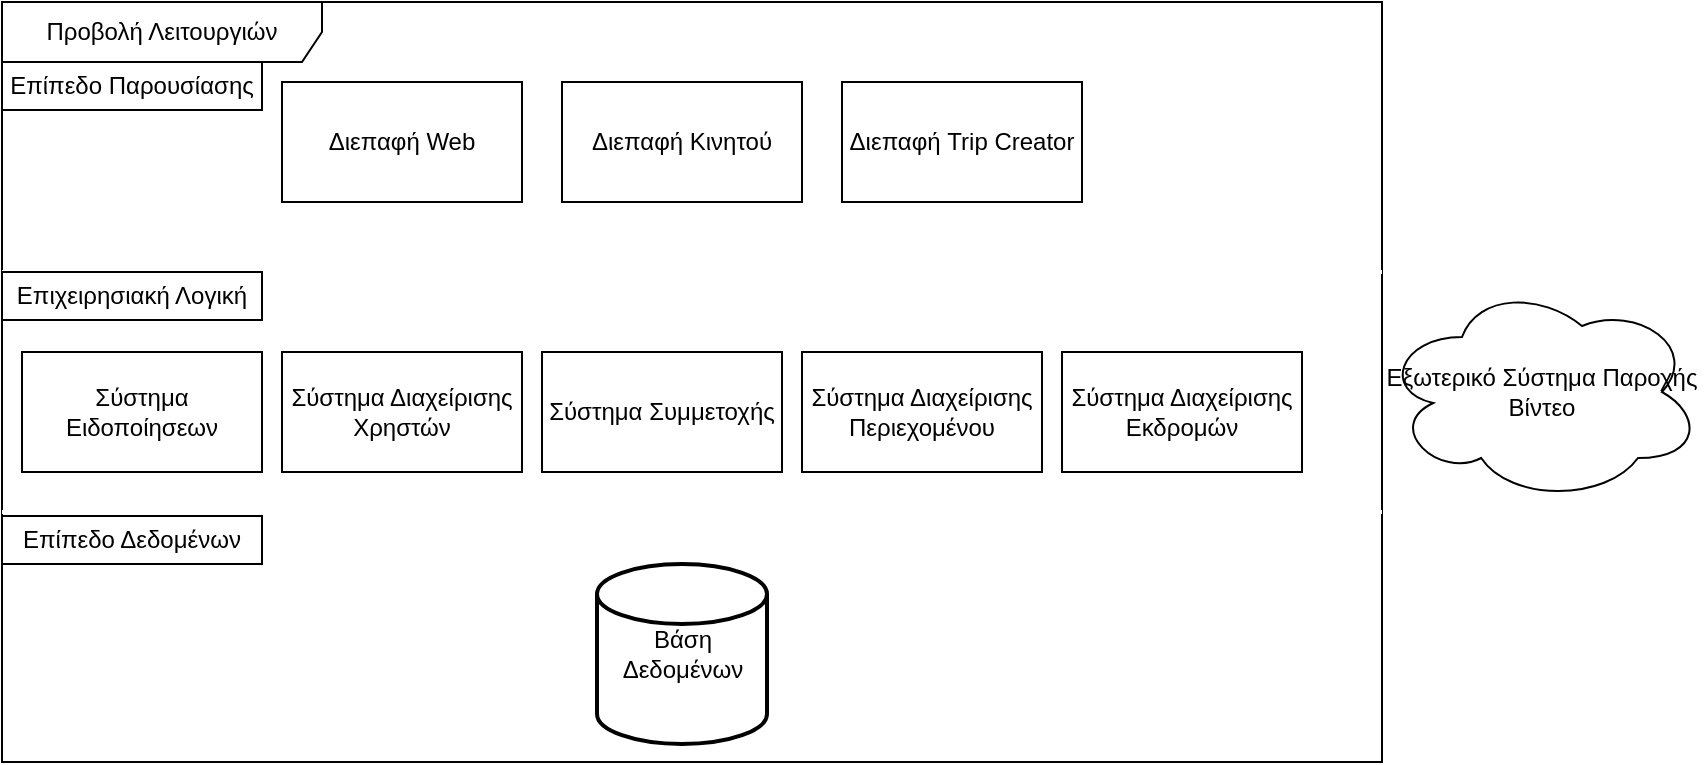
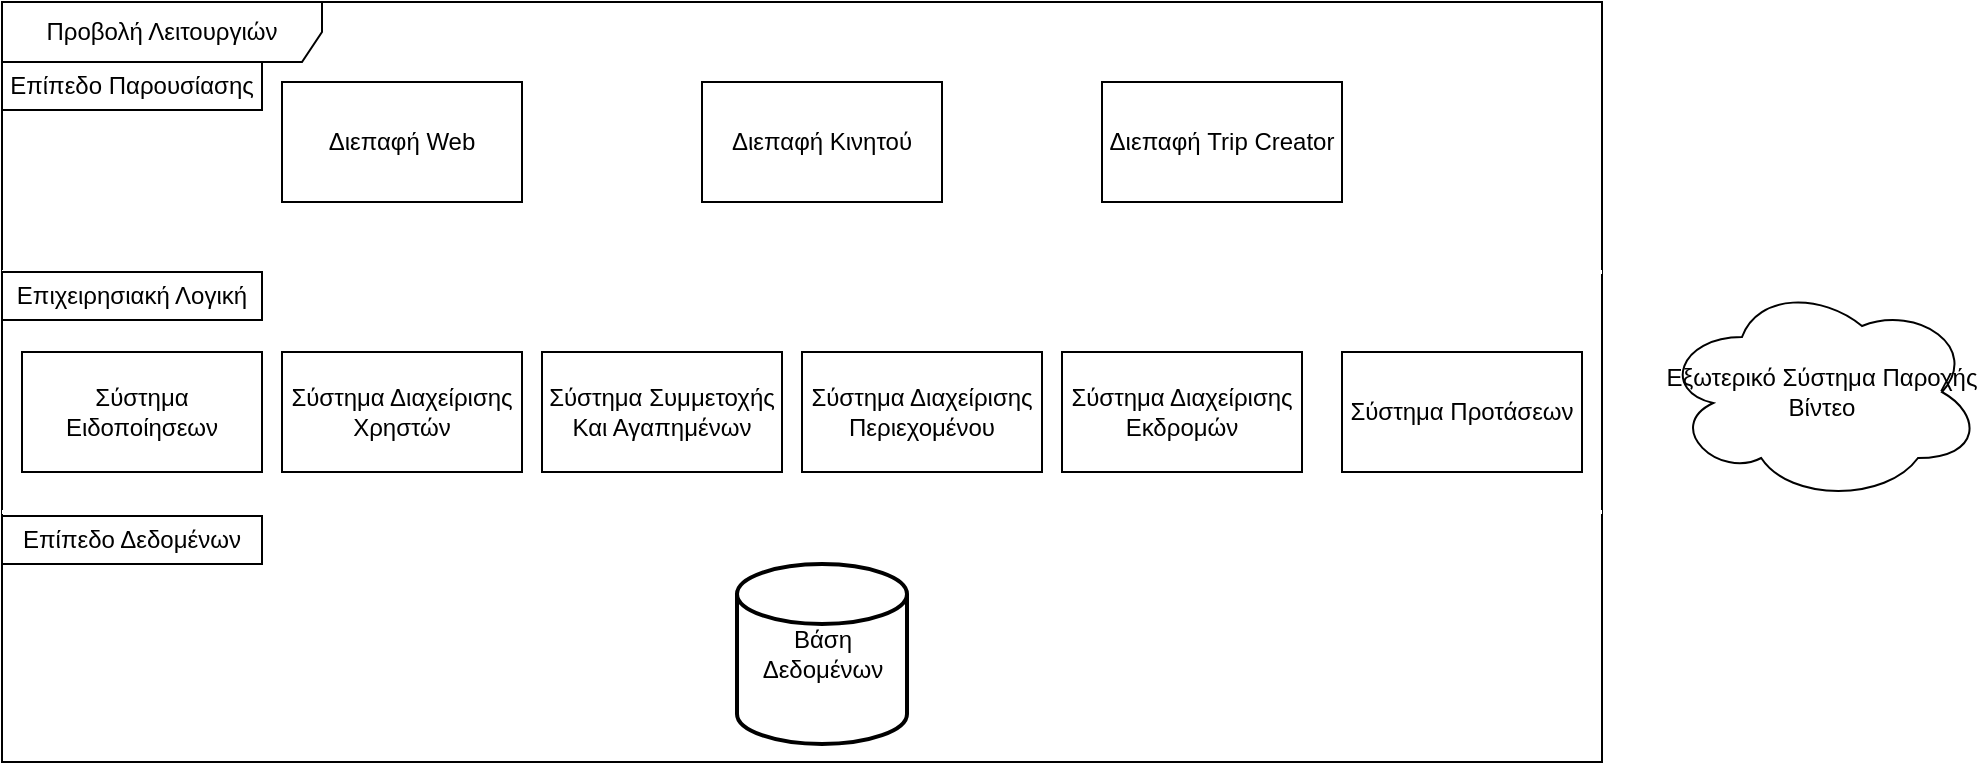
<mxfile host="Electron">
  <diagram name="Page-1" id="LWVoEHIgdcVyGuXH9VBG">
-     <mxGraphModel dx="1063" dy="780" grid="1" gridSize="10" guides="1" tooltips="1" connect="1" arrows="1" fold="1" page="1" pageScale="1" pageWidth="2336" pageHeight="1654" math="0" shadow="0">
+     <mxGraphModel dx="1276" dy="936" grid="1" gridSize="10" guides="1" tooltips="1" connect="1" arrows="1" fold="1" page="1" pageScale="1" pageWidth="2336" pageHeight="1654" math="0" shadow="0">
      <root>
        <mxCell id="0" />
        <mxCell id="1" parent="0" />
        <mxCell id="cU49adkIA0k8HB_ilmj_-1" parent="1" style="shape=umlFrame;whiteSpace=wrap;html=1;pointerEvents=0;recursiveResize=0;container=1;collapsible=0;width=160;" value="Προβολή Λειτουργιών" vertex="1">
-           <mxGeometry height="380" width="690" x="350" y="280" as="geometry" />
+           <mxGeometry height="380" width="800" x="350" y="280" as="geometry" />
        </mxCell>
        <mxCell id="cU49adkIA0k8HB_ilmj_-5" parent="cU49adkIA0k8HB_ilmj_-1" style="rounded=0;whiteSpace=wrap;html=1;" value="Σύστημα Διαχείρισης Χρηστών" vertex="1">
          <mxGeometry height="60" width="120" x="140" y="175" as="geometry" />
        </mxCell>
        <mxCell id="cU49adkIA0k8HB_ilmj_-7" parent="cU49adkIA0k8HB_ilmj_-1" style="rounded=0;whiteSpace=wrap;html=1;" value="Σύστημα Ειδοποίησεων" vertex="1">
          <mxGeometry height="60" width="120" x="10" y="175" as="geometry" />
        </mxCell>
-         <mxCell id="cU49adkIA0k8HB_ilmj_-8" parent="cU49adkIA0k8HB_ilmj_-1" style="rounded=0;whiteSpace=wrap;html=1;" value="Σύστημα Συμμετοχής" vertex="1">
+         <mxCell id="cU49adkIA0k8HB_ilmj_-8" parent="cU49adkIA0k8HB_ilmj_-1" style="rounded=0;whiteSpace=wrap;html=1;" value="Σύστημα Συμμετοχής Και Αγαπημένων" vertex="1">
          <mxGeometry height="60" width="120" x="270" y="175" as="geometry" />
        </mxCell>
        <mxCell id="cU49adkIA0k8HB_ilmj_-11" parent="cU49adkIA0k8HB_ilmj_-1" style="whiteSpace=wrap;html=1;" value="Σύστημα Διαχείρισης Περιεχομένου" vertex="1">
          <mxGeometry height="60" width="120" x="400" y="175" as="geometry" />
        </mxCell>
        <mxCell id="cU49adkIA0k8HB_ilmj_-12" parent="cU49adkIA0k8HB_ilmj_-1" style="line;strokeWidth=2;html=1;fontColor=#FF0000;labelBackgroundColor=#FF0000;strokeColor=#FFFFFF;" value="" vertex="1">
-           <mxGeometry height="10" width="690" y="130" as="geometry" />
+           <mxGeometry height="10" width="800" y="130" as="geometry" />
        </mxCell>
        <mxCell id="cU49adkIA0k8HB_ilmj_-13" parent="cU49adkIA0k8HB_ilmj_-1" style="line;strokeWidth=2;html=1;strokeColor=#FFFFFF;" value="" vertex="1">
-           <mxGeometry height="10" width="690" y="250" as="geometry" />
+           <mxGeometry height="10" width="800" y="250" as="geometry" />
        </mxCell>
        <mxCell id="cU49adkIA0k8HB_ilmj_-14" parent="cU49adkIA0k8HB_ilmj_-1" style="rounded=0;whiteSpace=wrap;html=1;" value="Επιχειρησιακή Λογική" vertex="1">
          <mxGeometry height="24" width="130" y="135" as="geometry" />
        </mxCell>
        <mxCell id="cU49adkIA0k8HB_ilmj_-15" parent="cU49adkIA0k8HB_ilmj_-1" style="rounded=0;whiteSpace=wrap;html=1;" value="Επίπεδο Παρουσίασης" vertex="1">
          <mxGeometry height="24" width="130" y="30" as="geometry" />
        </mxCell>
        <mxCell id="cU49adkIA0k8HB_ilmj_-18" parent="cU49adkIA0k8HB_ilmj_-1" style="strokeWidth=2;html=1;shape=mxgraph.flowchart.database;whiteSpace=wrap;" value="Βάση Δεδομένων" vertex="1">
-           <mxGeometry height="90" width="85" x="297.5" y="281" as="geometry" />
+           <mxGeometry height="90" width="85" x="367.5" y="281" as="geometry" />
        </mxCell>
        <object label="Διεπαφή Web" Description="Περιλαμβάνει τις λειτουργίες Login, Προβολή Εκδηλώσεων, Συμμετοχή." id="cU49adkIA0k8HB_ilmj_-19">
          <mxCell parent="cU49adkIA0k8HB_ilmj_-1" style="whiteSpace=wrap;html=1;" vertex="1">
            <mxGeometry height="60" width="120" x="140" y="40" as="geometry" />
          </mxCell>
        </object>
        <mxCell id="cU49adkIA0k8HB_ilmj_-21" parent="cU49adkIA0k8HB_ilmj_-1" style="whiteSpace=wrap;html=1;" value="Διεπαφή Κινητού" vertex="1">
-           <mxGeometry height="60" width="120" x="280" y="40" as="geometry" />
+           <mxGeometry height="60" width="120" x="350" y="40" as="geometry" />
        </mxCell>
        <mxCell id="cU49adkIA0k8HB_ilmj_-22" parent="cU49adkIA0k8HB_ilmj_-1" style="whiteSpace=wrap;html=1;" value="Διεπαφή Trip Creator" vertex="1">
-           <mxGeometry height="60" width="120" x="420" y="40" as="geometry" />
+           <mxGeometry height="60" width="120" x="550" y="40" as="geometry" />
        </mxCell>
        <mxCell id="cU49adkIA0k8HB_ilmj_-23" parent="cU49adkIA0k8HB_ilmj_-1" style="rounded=0;whiteSpace=wrap;html=1;" value="Επίπεδο Δεδομένων" vertex="1">
          <mxGeometry height="24" width="130" y="257" as="geometry" />
        </mxCell>
        <mxCell id="cU49adkIA0k8HB_ilmj_-6" parent="cU49adkIA0k8HB_ilmj_-1" style="rounded=0;whiteSpace=wrap;html=1;" value="Σύστημα Διαχείρισης Εκδρομών" vertex="1">
          <mxGeometry height="60" width="120" x="530" y="175" as="geometry" />
        </mxCell>
+         <mxCell id="-nXPxUn_ctw05sg7sfYV-1" parent="cU49adkIA0k8HB_ilmj_-1" style="rounded=0;whiteSpace=wrap;html=1;" value="Σύστημα Προτάσεων" vertex="1">
+           <mxGeometry height="60" width="120" x="670" y="175" as="geometry" />
+         </mxCell>
        <mxCell id="cU49adkIA0k8HB_ilmj_-48" parent="1" style="ellipse;shape=cloud;whiteSpace=wrap;html=1;" value="Εξωτερικό Σύστημα Παροχής Βίντεο" vertex="1">
-           <mxGeometry height="110" width="160" x="1040" y="420" as="geometry" />
+           <mxGeometry height="110" width="160" x="1180" y="420" as="geometry" />
        </mxCell>
      </root>
    </mxGraphModel>
  </diagram>
</mxfile>
